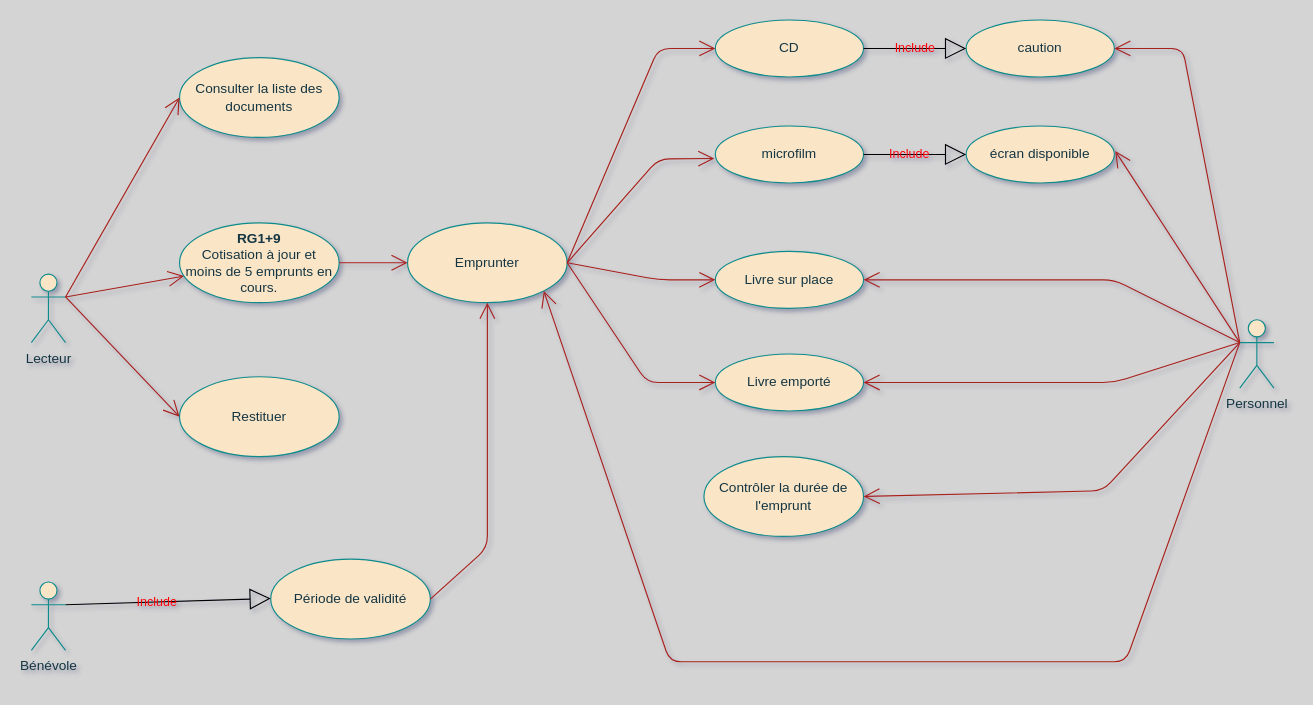
The draw.io diagram page "Page-1 Cas d'utilisation" (1 of 7) of 5_CDA/Bibliotheque.drawio in pascal80000/Formation_AFPA_2022, before the edit. Source tidied: cells renumbered, new cells numbered last; positions are measured from the earlier drawing's top-left corner, leaving out a move shared by most shapes. Both pictures are drawn from the tidied source at 114%, with x=0, y=0 at pixel (31, 19).
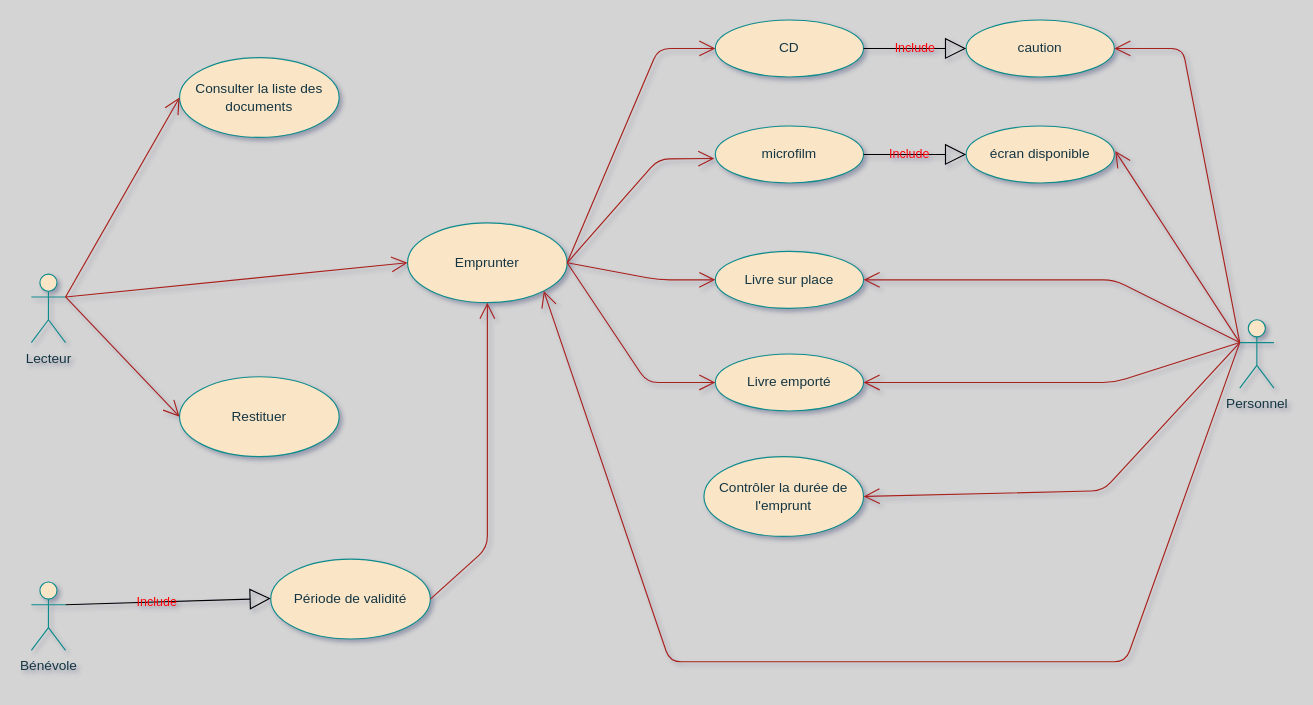
After the change.

Unchanged cells that the change refers to:
```xml
<mxCell id="7" value="Emprunter" style="ellipse;whiteSpace=wrap;html=1;labelBackgroundColor=none;fillColor=#FAE5C7;strokeColor=#0F8B8D;fontColor=#143642;rounded=1;" parent="1" vertex="1">
  <mxGeometry x="330" y="178" width="140" height="70" as="geometry" />
</mxCell>
```

Diff of the diagram source:
```diff
@@
-    <mxCell id="8" style="endArrow=open;endFill=1;endSize=12;html=1;rounded=1;labelBackgroundColor=none;strokeColor=#A8201A;fontColor=default;" parent="1" edge="1" target="25">
+    <mxCell id="8" style="endArrow=open;endFill=1;endSize=12;html=1;rounded=1;labelBackgroundColor=none;strokeColor=#A8201A;fontColor=default;entryX=0;entryY=0.5;entryDx=0;entryDy=0;" parent="1" edge="1" target="7">
       <mxGeometry relative="1" as="geometry">
         <mxPoint x="30" y="243" as="sourcePoint" />
       </mxGeometry>
     </mxCell>
@@
-    <mxCell id="25" value="&lt;b&gt;RG1+9&lt;/b&gt;&lt;br&gt;Cotisation à jour et&lt;br&gt;moins de 5 emprunts en cours." style="ellipse;whiteSpace=wrap;html=1;labelBackgroundColor=none;fillColor=#FAE5C7;strokeColor=#0F8B8D;fontColor=#143642;rounded=1;" parent="1" vertex="1">
-      <mxGeometry x="130" y="178" width="140" height="70" as="geometry" />
-    </mxCell>
-    <mxCell id="26" style="endArrow=open;endFill=1;endSize=12;html=1;rounded=1;labelBackgroundColor=none;strokeColor=#A8201A;fontColor=default;exitX=1;exitY=0.5;exitDx=0;exitDy=0;entryX=0;entryY=0.5;entryDx=0;entryDy=0;" parent="1" edge="1" source="25" target="7">
-      <mxGeometry relative="1" as="geometry" />
-    </mxCell>
```
